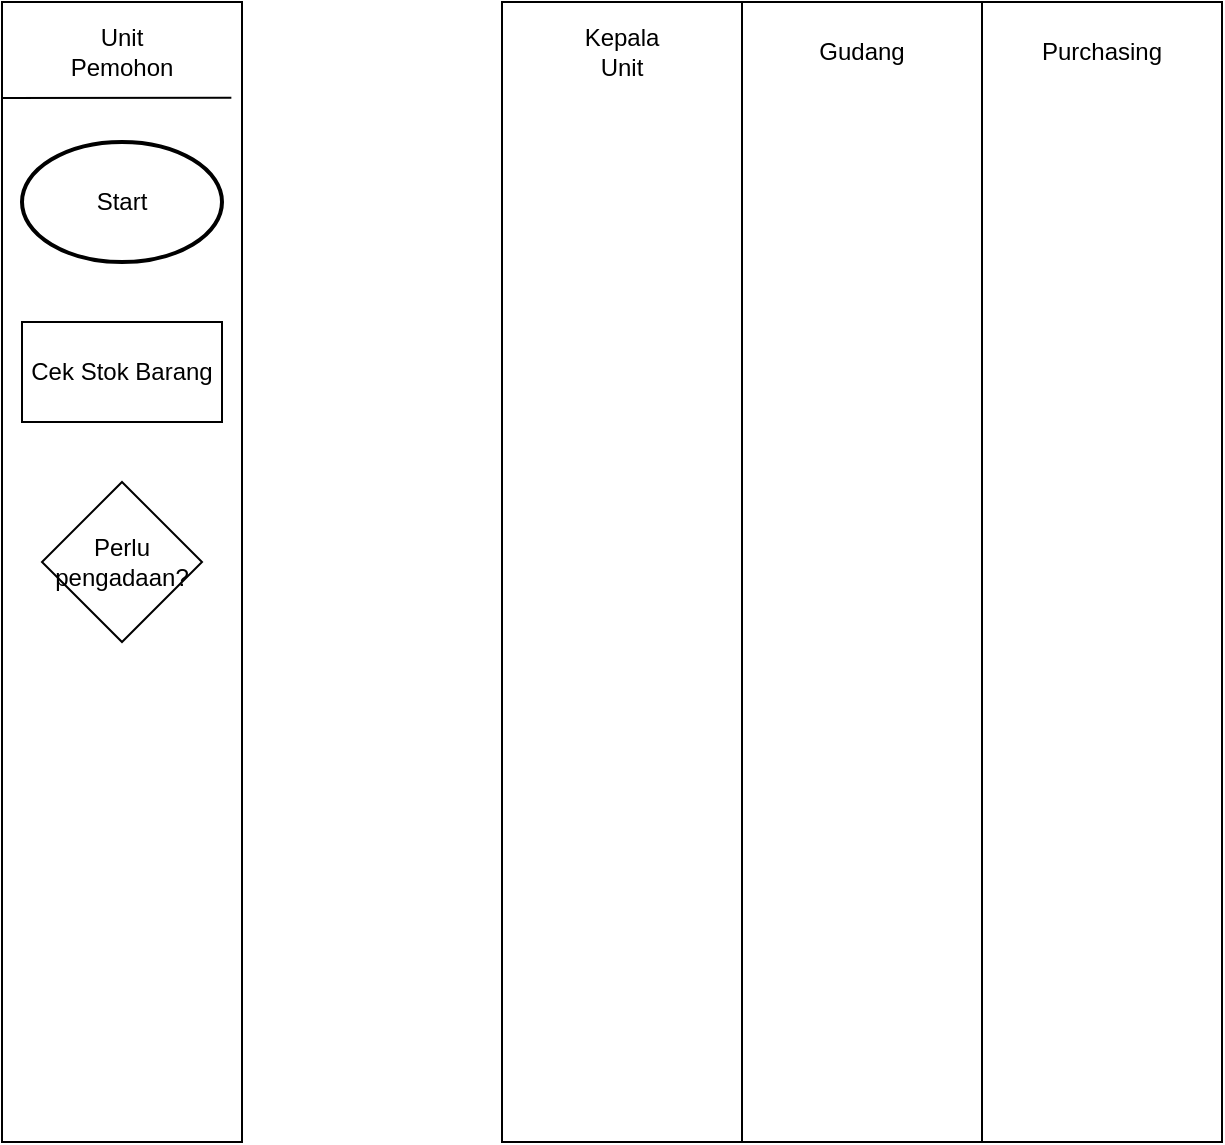
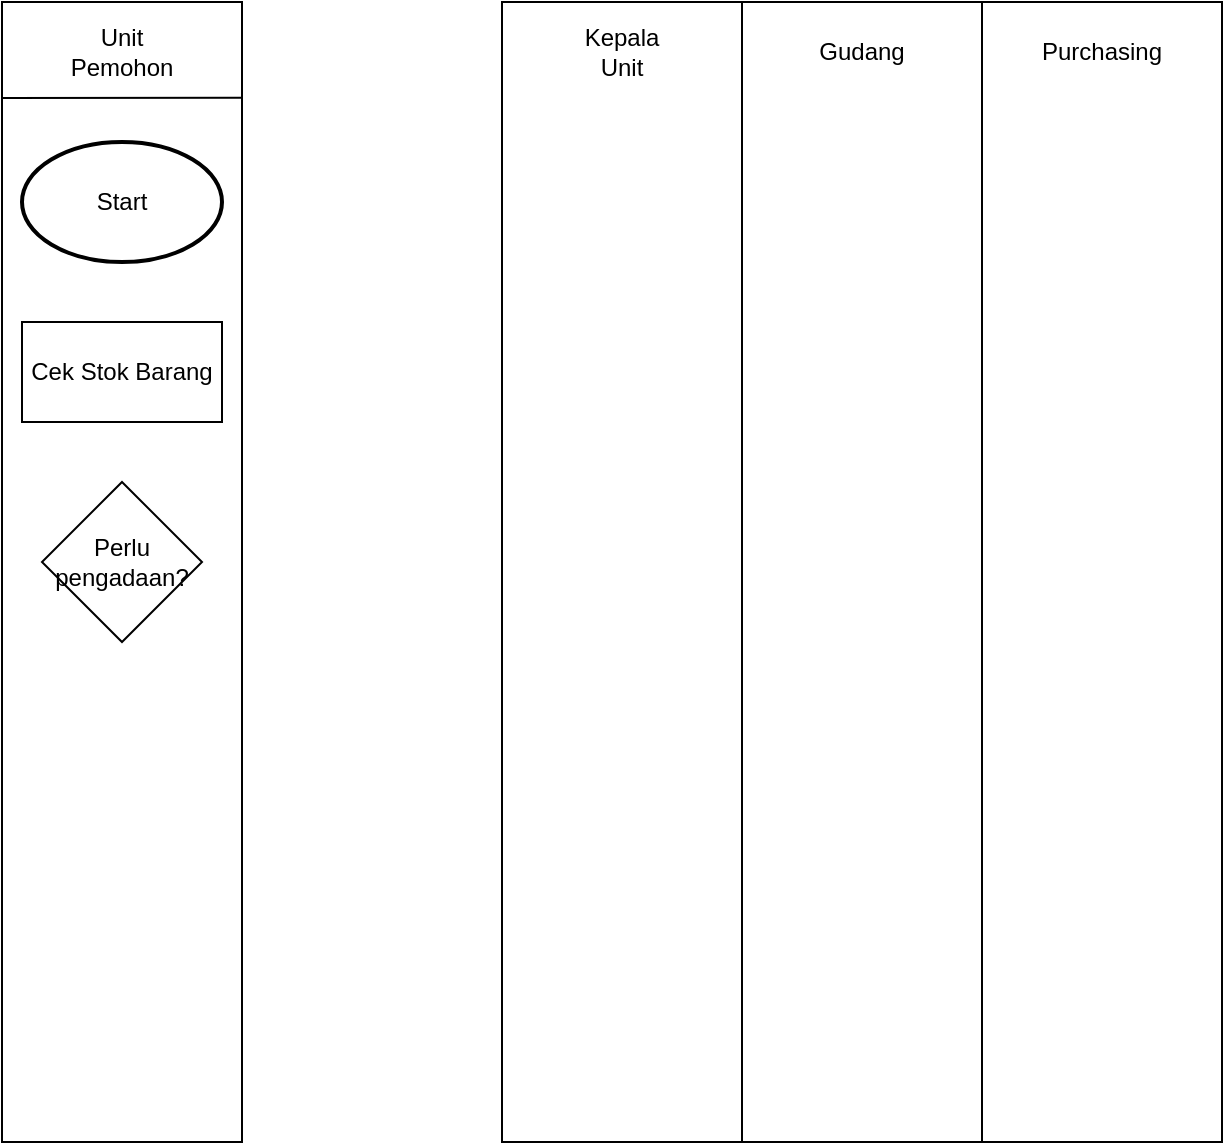
<mxfile host="app.diagrams.net">
  <diagram name="Page-1" id="-7YdF_Z_4hD_neaPn9do">
-     <mxGraphModel dx="1502" dy="846" grid="1" gridSize="10" guides="1" tooltips="1" connect="1" arrows="1" fold="1" page="1" pageScale="1" pageWidth="850" pageHeight="1100" math="0" shadow="0">
+     <mxGraphModel dx="1775" dy="1000" grid="1" gridSize="10" guides="1" tooltips="1" connect="1" arrows="1" fold="1" page="1" pageScale="1" pageWidth="850" pageHeight="1100" math="0" shadow="0">
      <root>
        <mxCell id="0" />
        <mxCell id="1" parent="0" />
        <mxCell id="29Mq2g_LqxQwG_Og5L03-31" connectable="0" parent="1" style="group" value="" vertex="1">
          <mxGeometry height="570" width="170" x="30" y="300" as="geometry" />
        </mxCell>
        <mxCell id="29Mq2g_LqxQwG_Og5L03-17" parent="29Mq2g_LqxQwG_Og5L03-31" style="rounded=0;whiteSpace=wrap;html=1;" value="" vertex="1">
          <mxGeometry height="570" width="120" as="geometry" />
        </mxCell>
        <mxCell id="29Mq2g_LqxQwG_Og5L03-23" parent="29Mq2g_LqxQwG_Og5L03-31" style="text;html=1;whiteSpace=wrap;strokeColor=none;fillColor=none;align=center;verticalAlign=middle;rounded=0;" value="Unit Pemohon" vertex="1">
          <mxGeometry height="30" width="60" x="30" y="10" as="geometry" />
        </mxCell>
        <mxCell id="29Mq2g_LqxQwG_Og5L03-30" parent="29Mq2g_LqxQwG_Og5L03-31" style="strokeWidth=2;html=1;shape=mxgraph.flowchart.start_1;whiteSpace=wrap;" value="Start" vertex="1">
          <mxGeometry height="60" width="100" x="10" y="70" as="geometry" />
        </mxCell>
-         <mxCell id="29Mq2g_LqxQwG_Og5L03-38" edge="1" parent="29Mq2g_LqxQwG_Og5L03-31" style="endArrow=none;html=1;rounded=0;entryX=0.989;entryY=0.084;entryDx=0;entryDy=0;entryPerimeter=0;" value="">
+         <mxCell id="29Mq2g_LqxQwG_Og5L03-38" edge="1" parent="29Mq2g_LqxQwG_Og5L03-31" style="endArrow=none;html=1;rounded=0;entryX=0.999;entryY=0.084;entryDx=0;entryDy=0;entryPerimeter=0;" target="29Mq2g_LqxQwG_Og5L03-17" value="">
          <mxGeometry height="50" relative="1" width="50" as="geometry">
            <mxPoint y="48" as="sourcePoint" />
            <mxPoint x="114.68000000000006" y="47.879999999999995" as="targetPoint" />
          </mxGeometry>
        </mxCell>
        <mxCell id="29Mq2g_LqxQwG_Og5L03-43" parent="29Mq2g_LqxQwG_Og5L03-31" style="rounded=0;whiteSpace=wrap;html=1;" value="Cek Stok Barang" vertex="1">
          <mxGeometry height="50" width="100" x="10" y="160" as="geometry" />
        </mxCell>
        <mxCell id="29Mq2g_LqxQwG_Og5L03-44" parent="29Mq2g_LqxQwG_Og5L03-31" style="rhombus;whiteSpace=wrap;html=1;" value="Perlu pengadaan?" vertex="1">
          <mxGeometry height="80" width="80" x="20" y="240" as="geometry" />
        </mxCell>
        <mxCell id="29Mq2g_LqxQwG_Og5L03-33" connectable="0" parent="1" style="group" value="" vertex="1">
          <mxGeometry height="570" width="120" x="280" y="300" as="geometry" />
        </mxCell>
        <mxCell id="29Mq2g_LqxQwG_Og5L03-18" parent="29Mq2g_LqxQwG_Og5L03-33" style="rounded=0;whiteSpace=wrap;html=1;" value="" vertex="1">
          <mxGeometry height="570" width="120" as="geometry" />
        </mxCell>
        <mxCell id="29Mq2g_LqxQwG_Og5L03-24" parent="29Mq2g_LqxQwG_Og5L03-33" style="text;html=1;whiteSpace=wrap;strokeColor=none;fillColor=none;align=center;verticalAlign=middle;rounded=0;" value="Kepala Unit" vertex="1">
          <mxGeometry height="30" width="60" x="30" y="10" as="geometry" />
        </mxCell>
        <mxCell id="29Mq2g_LqxQwG_Og5L03-34" connectable="0" parent="1" style="group" value="" vertex="1">
          <mxGeometry height="570" width="120" x="400" y="300" as="geometry" />
        </mxCell>
        <mxCell id="29Mq2g_LqxQwG_Og5L03-19" parent="29Mq2g_LqxQwG_Og5L03-34" style="rounded=0;whiteSpace=wrap;html=1;" value="" vertex="1">
          <mxGeometry height="570" width="120" as="geometry" />
        </mxCell>
        <mxCell id="29Mq2g_LqxQwG_Og5L03-25" parent="29Mq2g_LqxQwG_Og5L03-34" style="text;html=1;whiteSpace=wrap;strokeColor=none;fillColor=none;align=center;verticalAlign=middle;rounded=0;" value="Gudang" vertex="1">
          <mxGeometry height="30" width="60" x="30" y="10" as="geometry" />
        </mxCell>
        <mxCell id="29Mq2g_LqxQwG_Og5L03-35" connectable="0" parent="1" style="group" value="" vertex="1">
          <mxGeometry height="570" width="120" x="520" y="300" as="geometry" />
        </mxCell>
        <mxCell id="29Mq2g_LqxQwG_Og5L03-20" parent="29Mq2g_LqxQwG_Og5L03-35" style="rounded=0;whiteSpace=wrap;html=1;" value="" vertex="1">
          <mxGeometry height="570" width="120" as="geometry" />
        </mxCell>
        <mxCell id="29Mq2g_LqxQwG_Og5L03-26" parent="29Mq2g_LqxQwG_Og5L03-35" style="text;html=1;whiteSpace=wrap;strokeColor=none;fillColor=none;align=center;verticalAlign=middle;rounded=0;" value="Purchasing" vertex="1">
          <mxGeometry height="30" width="60" x="30" y="10" as="geometry" />
        </mxCell>
      </root>
    </mxGraphModel>
  </diagram>
</mxfile>
